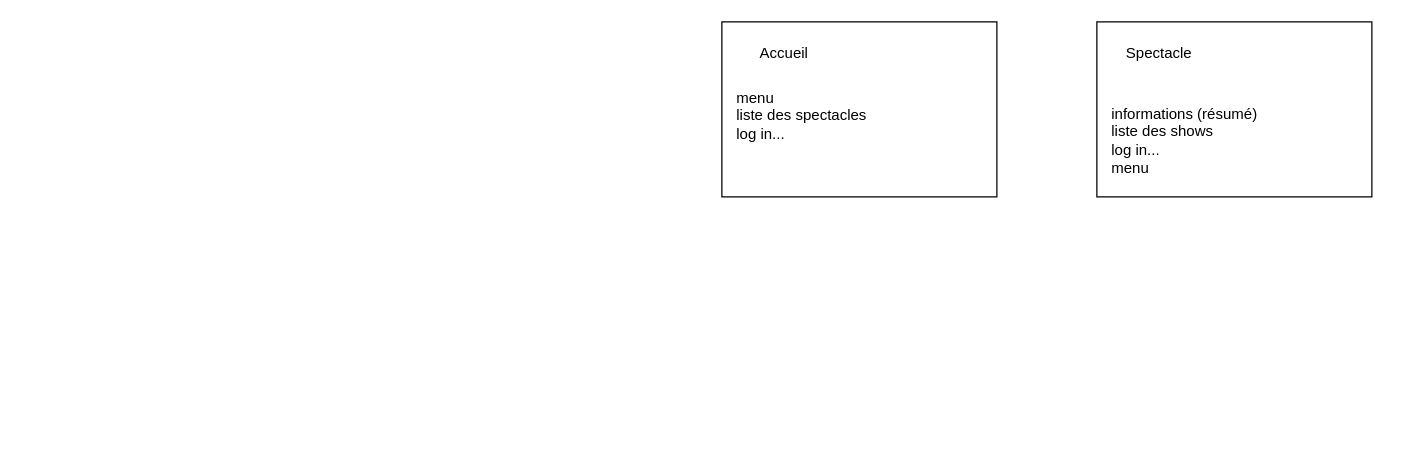
baptisteRiviere/SpectacleHallManagement keeps this draw.io diagram as page "pages web" (6 of 6) of analyse/Diagramme sans nom.drawio. Above is the earlier version. Source tidied: cells renumbered, new cells numbered last; positions are measured from the earlier drawing's top-left corner, leaving out a move shared by most shapes. Both pictures are drawn from the tidied source at 125%, with x=0, y=0 at pixel (721, 21).
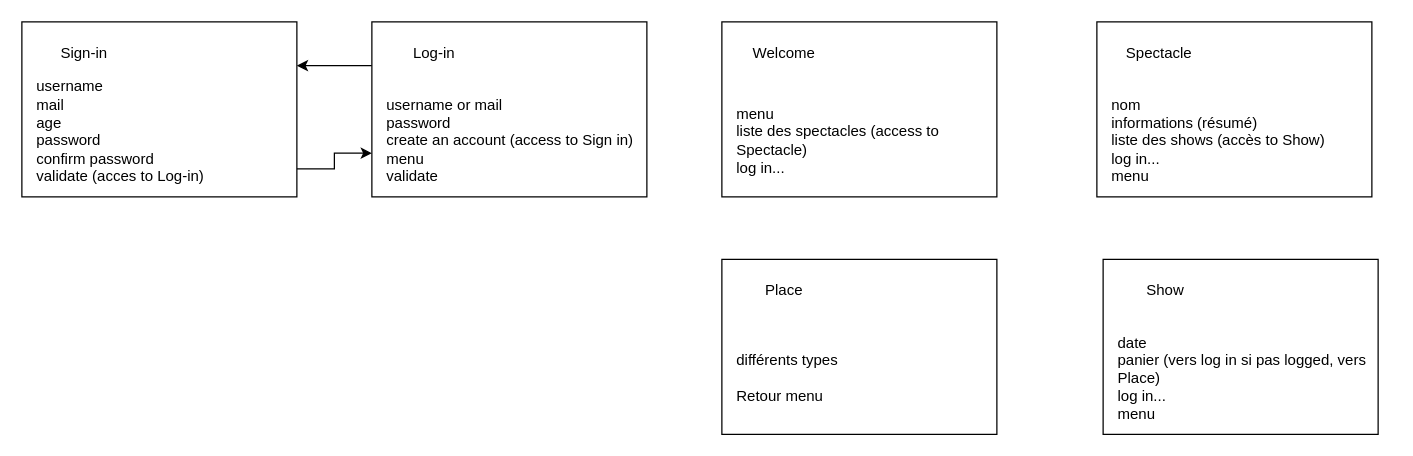
The same diagram, later.

The edit, as a diff of the source:
```diff
@@
-    <mxCell id="3" value="Accueil" style="text;html=1;strokeColor=none;fillColor=none;align=center;verticalAlign=middle;whiteSpace=wrap;rounded=0;" parent="1" vertex="1">
+    <mxCell id="3" value="Welcome" style="text;html=1;strokeColor=none;fillColor=none;align=center;verticalAlign=middle;whiteSpace=wrap;rounded=0;" parent="1" vertex="1">
       <mxGeometry x="20" y="10" width="60" height="30" as="geometry" />
     </mxCell>
-    <mxCell id="4" value="&lt;div align=&quot;left&quot;&gt;menu&lt;/div&gt;&lt;div align=&quot;left&quot;&gt;liste des spectacles&lt;/div&gt;&lt;div align=&quot;left&quot;&gt;log in...&lt;br&gt;&lt;/div&gt;" style="text;html=1;strokeColor=none;fillColor=none;align=left;verticalAlign=middle;whiteSpace=wrap;rounded=0;" parent="1" vertex="1">
-      <mxGeometry x="10" y="10" width="220" height="130" as="geometry" />
+    <mxCell id="4" value="&lt;div align=&quot;left&quot;&gt;menu&lt;/div&gt;&lt;div align=&quot;left&quot;&gt;liste des spectacles (access to Spectacle)&lt;br&gt;&lt;/div&gt;&lt;div align=&quot;left&quot;&gt;log in...&lt;br&gt;&lt;/div&gt;" style="text;html=1;strokeColor=none;fillColor=none;align=left;verticalAlign=middle;whiteSpace=wrap;rounded=0;" parent="1" vertex="1">
+      <mxGeometry x="10" y="50" width="220" height="90" as="geometry" />
     </mxCell>
@@
-    <mxCell id="7" value="&lt;div&gt;informations (résumé)&lt;/div&gt;&lt;div&gt;liste des shows&lt;br&gt;&lt;/div&gt;&lt;div&gt;log in...&lt;/div&gt;&lt;div&gt;menu&lt;br&gt;&lt;/div&gt;" style="text;html=1;strokeColor=none;fillColor=none;align=left;verticalAlign=middle;whiteSpace=wrap;rounded=0;" parent="1" vertex="1">
+    <mxCell id="7" value="&lt;div&gt;nom&lt;/div&gt;&lt;div&gt;informations (résumé)&lt;/div&gt;&lt;div&gt;liste des shows (accès to Show)&lt;br&gt;&lt;/div&gt;&lt;div&gt;log in...&lt;/div&gt;&lt;div&gt;menu&lt;br&gt;&lt;/div&gt;" style="text;html=1;strokeColor=none;fillColor=none;align=left;verticalAlign=middle;whiteSpace=wrap;rounded=0;" parent="1" vertex="1">
       <mxGeometry x="310" y="50" width="220" height="90" as="geometry" />
     </mxCell>
+    <mxCell id="8" style="rounded=0;whiteSpace=wrap;html=1;" parent="1" vertex="1">
+      <mxGeometry x="305" y="190" width="220" height="140" as="geometry" />
+    </mxCell>
+    <mxCell id="9" value="Show" style="text;html=1;strokeColor=none;fillColor=none;align=center;verticalAlign=middle;whiteSpace=wrap;rounded=0;" parent="1" vertex="1">
+      <mxGeometry x="325" y="200" width="60" height="30" as="geometry" />
+    </mxCell>
+    <mxCell id="10" value="&lt;div&gt;date&lt;/div&gt;&lt;div&gt;panier (vers log in si pas logged, vers Place)&lt;br&gt;&lt;/div&gt;&lt;div&gt;log in...&lt;/div&gt;&lt;div&gt;menu&lt;br&gt;&lt;/div&gt;" style="text;html=1;strokeColor=none;fillColor=none;align=left;verticalAlign=middle;whiteSpace=wrap;rounded=0;" parent="1" vertex="1">
+      <mxGeometry x="315" y="240" width="220" height="90" as="geometry" />
+    </mxCell>
+    <mxCell id="11" style="rounded=0;whiteSpace=wrap;html=1;" parent="1" vertex="1">
+      <mxGeometry y="190" width="220" height="140" as="geometry" />
+    </mxCell>
+    <mxCell id="12" value="Place" style="text;html=1;strokeColor=none;fillColor=none;align=center;verticalAlign=middle;whiteSpace=wrap;rounded=0;" parent="1" vertex="1">
+      <mxGeometry x="20" y="200" width="60" height="30" as="geometry" />
+    </mxCell>
+    <mxCell id="13" value="&lt;div&gt;différents types &lt;br&gt;&lt;/div&gt;&lt;div&gt;&lt;br&gt;&lt;/div&gt;&lt;div&gt;Retour menu&lt;br&gt;&lt;/div&gt;" style="text;html=1;strokeColor=none;fillColor=none;align=left;verticalAlign=middle;whiteSpace=wrap;rounded=0;" parent="1" vertex="1">
+      <mxGeometry x="10" y="240" width="220" height="90" as="geometry" />
+    </mxCell>
+    <mxCell id="14" style="edgeStyle=orthogonalEdgeStyle;rounded=0;jettySize=auto;html=1;exitX=0;exitY=0.25;exitDx=0;exitDy=0;entryX=1;entryY=0.25;entryDx=0;entryDy=0;" parent="1" edge="1" source="15" target="18">
+      <mxGeometry relative="1" as="geometry" />
+    </mxCell>
+    <mxCell id="15" style="rounded=0;whiteSpace=wrap;html=1;" parent="1" vertex="1">
+      <mxGeometry x="-280" width="220" height="140" as="geometry" />
+    </mxCell>
+    <mxCell id="16" value="Log-in" style="text;html=1;strokeColor=none;fillColor=none;align=center;verticalAlign=middle;whiteSpace=wrap;rounded=0;" parent="1" vertex="1">
+      <mxGeometry x="-260" y="10" width="60" height="30" as="geometry" />
+    </mxCell>
+    <mxCell id="17" value="&lt;div&gt;username or mail&lt;br&gt;&lt;/div&gt;&lt;div&gt;password&lt;/div&gt;&lt;div&gt;create an account (access to Sign in)&lt;br&gt;&lt;/div&gt;&lt;div&gt;menu&lt;/div&gt;&lt;div&gt;validate&lt;br&gt;&lt;/div&gt;" style="text;html=1;strokeColor=none;fillColor=none;align=left;verticalAlign=middle;whiteSpace=wrap;rounded=0;" parent="1" vertex="1">
+      <mxGeometry x="-270" y="50" width="210" height="90" as="geometry" />
+    </mxCell>
+    <mxCell id="18" style="rounded=0;whiteSpace=wrap;html=1;" parent="1" vertex="1">
+      <mxGeometry x="-560" width="220" height="140" as="geometry" />
+    </mxCell>
+    <mxCell id="19" value="Sign-in" style="text;html=1;strokeColor=none;fillColor=none;align=center;verticalAlign=middle;whiteSpace=wrap;rounded=0;" parent="1" vertex="1">
+      <mxGeometry x="-540" y="10" width="60" height="30" as="geometry" />
+    </mxCell>
+    <mxCell id="20" style="edgeStyle=orthogonalEdgeStyle;rounded=0;jettySize=auto;html=1;exitX=1;exitY=0.75;exitDx=0;exitDy=0;entryX=0;entryY=0.75;entryDx=0;entryDy=0;" parent="1" edge="1" source="21" target="15">
+      <mxGeometry relative="1" as="geometry" />
+    </mxCell>
+    <mxCell id="21" value="&lt;div&gt;username&lt;/div&gt;&lt;div&gt;mail&lt;/div&gt;&lt;div&gt;age&lt;/div&gt;&lt;div&gt;password&lt;/div&gt;&lt;div&gt;confirm password&lt;/div&gt;&lt;div&gt;validate (acces to Log-in)&lt;br&gt;&lt;/div&gt;&lt;div&gt;&lt;br&gt;&lt;/div&gt;" style="text;html=1;strokeColor=none;fillColor=none;align=left;verticalAlign=middle;whiteSpace=wrap;rounded=0;" parent="1" vertex="1">
+      <mxGeometry x="-550" y="50" width="210" height="90" as="geometry" />
+    </mxCell>
```
